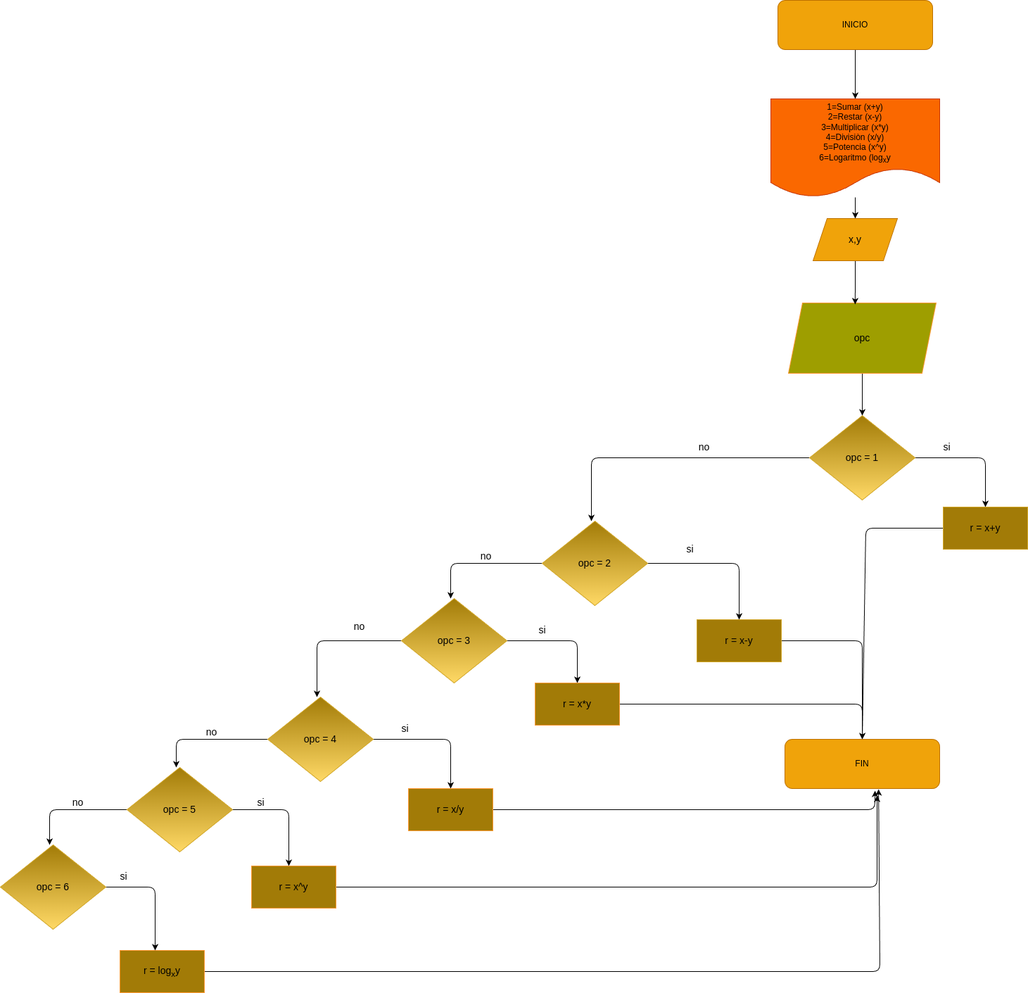
Earlier version of the draw.io export diagrama.png (AlfonzoDebian/Mini_Calculadora_Guanentina). Source tidied: cells renumbered, new cells last; positions are measured from the earlier drawing's top-left corner, leaving out a move shared by most shapes.
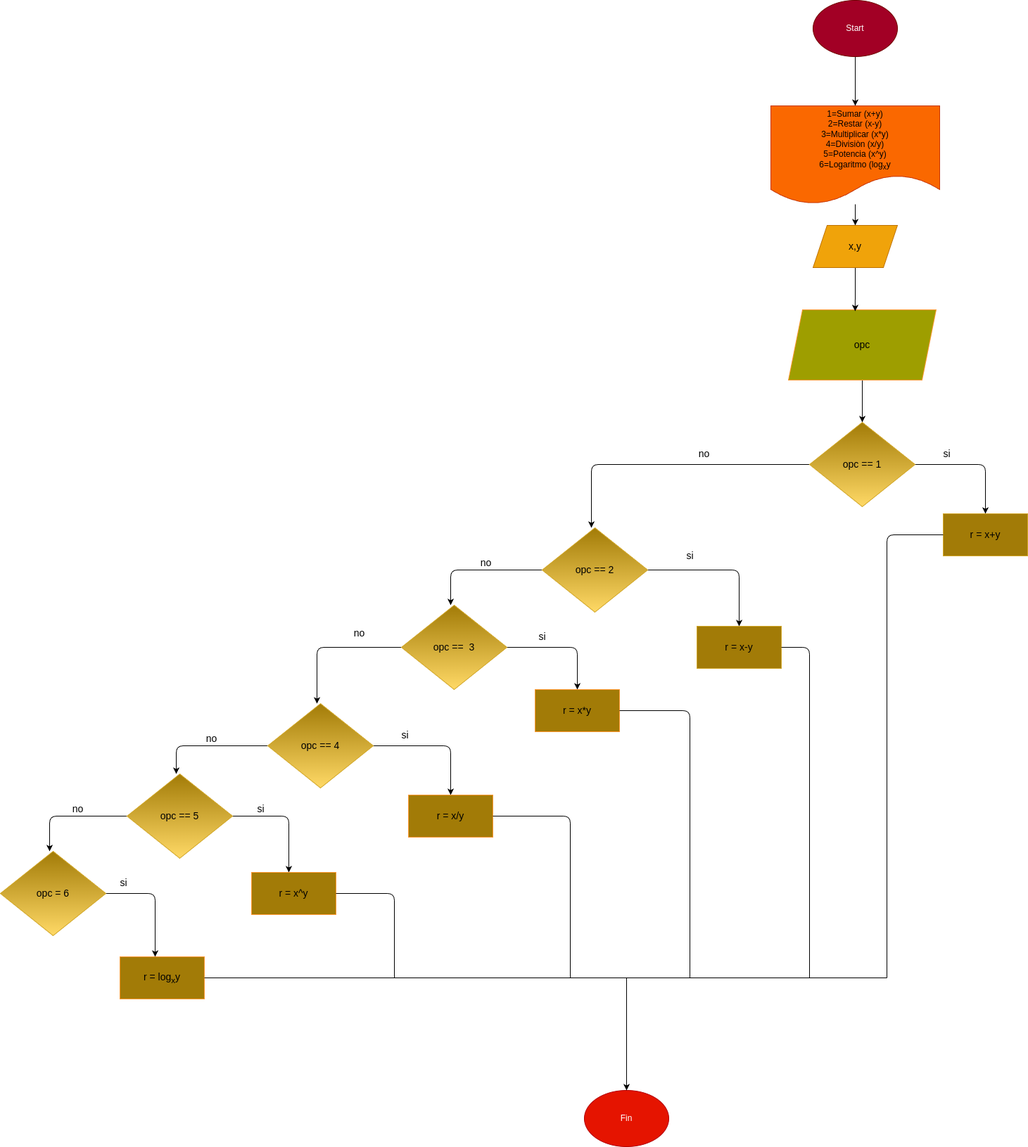
After the commit.

Diff of the diagram source:
```diff
@@ -2,12 +2,11 @@
   <root>
     <mxCell id="0" />
     <mxCell id="1" parent="0" />
-    <mxCell id="2" style="edgeStyle=none;html=1;fontSize=14;startArrow=none;startFill=0;" parent="1" edge="1" source="3" target="5">
-      <mxGeometry relative="1" as="geometry" />
+    <mxCell id="2" style="edgeStyle=none;html=1;fontSize=14;startArrow=none;startFill=0;" parent="1" edge="1" target="5">
+      <mxGeometry relative="1" as="geometry">
+        <mxPoint x="1215" y="70" as="sourcePoint" />
+      </mxGeometry>
     </mxCell>
-    <mxCell id="3" value="INICIO" style="rounded=1;whiteSpace=wrap;html=1;fillColor=#f0a30a;fontColor=#000000;strokeColor=#BD7000;" parent="1" vertex="1">
-      <mxGeometry x="1105" width="220" height="70" as="geometry" />
-    </mxCell>
     <mxCell id="4" style="edgeStyle=none;html=1;entryX=0.5;entryY=0;entryDx=0;entryDy=0;fontSize=14;startArrow=none;startFill=0;" parent="1" edge="1" source="5" target="34">
       <mxGeometry relative="1" as="geometry" />
     </mxCell>
@@ -36,25 +35,15 @@
         </Array>
       </mxGeometry>
     </mxCell>
-    <mxCell id="10" value="opc = 1" style="rhombus;whiteSpace=wrap;html=1;fontSize=14;fillColor=#a27b07;gradientColor=#ffd966;strokeColor=#d2a728;" parent="1" vertex="1">
+    <mxCell id="10" value="opc == 1" style="rhombus;whiteSpace=wrap;html=1;fontSize=14;fillColor=#a27b07;gradientColor=#ffd966;strokeColor=#d2a728;" parent="1" vertex="1">
       <mxGeometry x="1150" y="590" width="150" height="120" as="geometry" />
     </mxCell>
     <mxCell id="11" value="si" style="text;html=1;align=center;verticalAlign=middle;strokeColor=none;fillColor=none;fontSize=14;" parent="1" vertex="1">
       <mxGeometry x="1330" y="620" width="30" height="30" as="geometry" />
     </mxCell>
-    <mxCell id="12" style="edgeStyle=none;html=1;entryX=0.5;entryY=0;entryDx=0;entryDy=0;fontSize=14;startArrow=none;startFill=0;" parent="1" edge="1" source="13" target="14">
-      <mxGeometry relative="1" as="geometry">
-        <Array as="points">
-          <mxPoint x="1230" y="750" />
-        </Array>
-      </mxGeometry>
-    </mxCell>
     <mxCell id="13" value="r = x+y" style="rounded=0;whiteSpace=wrap;html=1;strokeColor=#d2a728;fontSize=14;fillColor=#a27b07;" parent="1" vertex="1">
       <mxGeometry x="1340" y="720" width="120" height="60" as="geometry" />
     </mxCell>
-    <mxCell id="14" value="FIN" style="rounded=1;whiteSpace=wrap;html=1;fillColor=#f0a30a;fontColor=#000000;strokeColor=#BD7000;" parent="1" vertex="1">
-      <mxGeometry x="1115" y="1050" width="220" height="70" as="geometry" />
-    </mxCell>
     <mxCell id="15" value="no" style="text;html=1;align=center;verticalAlign=middle;strokeColor=none;fillColor=none;fontSize=14;" parent="1" vertex="1">
       <mxGeometry x="980" y="620" width="40" height="30" as="geometry" />
     </mxCell>
@@ -74,19 +63,12 @@
         </Array>
       </mxGeometry>
     </mxCell>
-    <mxCell id="18" value="opc = 2" style="rhombus;whiteSpace=wrap;html=1;fontSize=14;fillColor=#a27b07;gradientColor=#ffd966;strokeColor=#d2a728;" parent="1" vertex="1">
+    <mxCell id="18" value="opc == 2" style="rhombus;whiteSpace=wrap;html=1;fontSize=14;fillColor=#a27b07;gradientColor=#ffd966;strokeColor=#d2a728;" parent="1" vertex="1">
       <mxGeometry x="770" y="740" width="150" height="120" as="geometry" />
     </mxCell>
     <mxCell id="19" value="si" style="text;html=1;align=center;verticalAlign=middle;strokeColor=none;fillColor=none;fontSize=14;" parent="1" vertex="1">
       <mxGeometry x="965" y="765" width="30" height="30" as="geometry" />
     </mxCell>
-    <mxCell id="20" style="edgeStyle=none;html=1;entryX=0.5;entryY=0;entryDx=0;entryDy=0;fontSize=14;startArrow=none;startFill=0;" parent="1" edge="1" source="21" target="14">
-      <mxGeometry relative="1" as="geometry">
-        <Array as="points">
-          <mxPoint x="1225" y="910" />
-        </Array>
-      </mxGeometry>
-    </mxCell>
     <mxCell id="21" value="r = x-y" style="rounded=0;whiteSpace=wrap;html=1;strokeColor=#d2a728;fontSize=14;fillColor=#a27b07;" parent="1" vertex="1">
       <mxGeometry x="990" y="880" width="120" height="60" as="geometry" />
     </mxCell>
@@ -109,20 +91,12 @@
         </Array>
       </mxGeometry>
     </mxCell>
-    <mxCell id="25" value="opc = 3" style="rhombus;whiteSpace=wrap;html=1;fontSize=14;fillColor=#a27b07;gradientColor=#ffd966;strokeColor=#d2a728;" parent="1" vertex="1">
+    <mxCell id="25" value="opc ==&amp;nbsp; 3" style="rhombus;whiteSpace=wrap;html=1;fontSize=14;fillColor=#a27b07;gradientColor=#ffd966;strokeColor=#d2a728;" parent="1" vertex="1">
       <mxGeometry x="570" y="850" width="150" height="120" as="geometry" />
     </mxCell>
     <mxCell id="26" value="si" style="text;html=1;align=center;verticalAlign=middle;strokeColor=none;fillColor=none;fontSize=14;" parent="1" vertex="1">
       <mxGeometry x="755" y="880" width="30" height="30" as="geometry" />
     </mxCell>
-    <mxCell id="27" style="edgeStyle=none;html=1;fontSize=14;startArrow=none;startFill=0;" parent="1" edge="1" source="28">
-      <mxGeometry relative="1" as="geometry">
-        <mxPoint x="1225" y="1050" as="targetPoint" />
-        <Array as="points">
-          <mxPoint x="1225" y="1000" />
-        </Array>
-      </mxGeometry>
-    </mxCell>
     <mxCell id="28" value="r = x*y" style="rounded=0;whiteSpace=wrap;html=1;strokeColor=#FF9933;fontSize=14;fillColor=#a27b07;" parent="1" vertex="1">
       <mxGeometry x="760" y="970" width="120" height="60" as="geometry" />
     </mxCell>
@@ -145,7 +119,7 @@
         </Array>
       </mxGeometry>
     </mxCell>
-    <mxCell id="32" value="opc = 4" style="rhombus;whiteSpace=wrap;html=1;fontSize=14;fillColor=#a27b07;gradientColor=#ffd966;strokeColor=#d2a728;" parent="1" vertex="1">
+    <mxCell id="32" value="opc == 4" style="rhombus;whiteSpace=wrap;html=1;fontSize=14;fillColor=#a27b07;gradientColor=#ffd966;strokeColor=#d2a728;" parent="1" vertex="1">
       <mxGeometry x="380" y="990" width="150" height="120" as="geometry" />
     </mxCell>
     <mxCell id="33" style="edgeStyle=none;html=1;entryX=0.452;entryY=0.02;entryDx=0;entryDy=0;entryPerimeter=0;fontSize=14;startArrow=none;startFill=0;" parent="1" edge="1" source="34" target="7">
@@ -157,13 +131,6 @@
     <mxCell id="35" value="si" style="text;html=1;align=center;verticalAlign=middle;strokeColor=none;fillColor=none;fontSize=14;" parent="1" vertex="1">
       <mxGeometry x="560" y="1020" width="30" height="30" as="geometry" />
     </mxCell>
-    <mxCell id="36" style="edgeStyle=none;html=1;entryX=0.582;entryY=1.043;entryDx=0;entryDy=0;entryPerimeter=0;fontSize=14;startArrow=none;startFill=0;" parent="1" edge="1" source="37" target="14">
-      <mxGeometry relative="1" as="geometry">
-        <Array as="points">
-          <mxPoint x="1243" y="1150" />
-        </Array>
-      </mxGeometry>
-    </mxCell>
     <mxCell id="37" value="r = x/y" style="rounded=0;whiteSpace=wrap;html=1;strokeColor=#FF9933;fontSize=14;fillColor=#a27b07;" parent="1" vertex="1">
       <mxGeometry x="580" y="1120" width="120" height="60" as="geometry" />
     </mxCell>
@@ -186,33 +153,18 @@
         </Array>
       </mxGeometry>
     </mxCell>
-    <mxCell id="41" value="opc = 5" style="rhombus;whiteSpace=wrap;html=1;fontSize=14;fillColor=#a27b07;gradientColor=#ffd966;strokeColor=#d2a728;" parent="1" vertex="1">
+    <mxCell id="41" value="opc == 5" style="rhombus;whiteSpace=wrap;html=1;fontSize=14;fillColor=#a27b07;gradientColor=#ffd966;strokeColor=#d2a728;" parent="1" vertex="1">
       <mxGeometry x="180" y="1090" width="150" height="120" as="geometry" />
     </mxCell>
     <mxCell id="42" value="si" style="text;html=1;align=center;verticalAlign=middle;strokeColor=none;fillColor=none;fontSize=14;" parent="1" vertex="1">
       <mxGeometry x="355" y="1125" width="30" height="30" as="geometry" />
     </mxCell>
-    <mxCell id="43" style="edgeStyle=none;html=1;fontSize=14;startArrow=none;startFill=0;" parent="1" edge="1" source="44">
-      <mxGeometry relative="1" as="geometry">
-        <mxPoint x="1246" y="1130" as="targetPoint" />
-        <Array as="points">
-          <mxPoint x="1246" y="1260" />
-        </Array>
-      </mxGeometry>
-    </mxCell>
     <mxCell id="44" value="r = x^y" style="rounded=0;whiteSpace=wrap;html=1;strokeColor=#FF9933;fontSize=14;fillColor=#a27b07;" parent="1" vertex="1">
       <mxGeometry x="357" y="1230" width="120" height="60" as="geometry" />
     </mxCell>
     <mxCell id="45" value="no" style="text;html=1;align=center;verticalAlign=middle;strokeColor=none;fillColor=none;fontSize=14;" parent="1" vertex="1">
       <mxGeometry x="90" y="1125" width="40" height="30" as="geometry" />
     </mxCell>
-    <mxCell id="46" style="edgeStyle=none;html=1;fontSize=14;startArrow=none;startFill=0;entryX=0.605;entryY=1.014;entryDx=0;entryDy=0;entryPerimeter=0;" parent="1" edge="1" source="47" target="14">
-      <mxGeometry relative="1" as="geometry">
-        <Array as="points">
-          <mxPoint x="1250" y="1380" />
-        </Array>
-      </mxGeometry>
-    </mxCell>
     <mxCell id="47" value="r = log&lt;sub&gt;x&lt;/sub&gt;y" style="rounded=0;whiteSpace=wrap;html=1;strokeColor=#FF9933;fontSize=14;fillColor=#a27b07;" parent="1" vertex="1">
       <mxGeometry x="170" y="1350" width="120" height="60" as="geometry" />
     </mxCell>
@@ -230,5 +182,62 @@
     <mxCell id="50" value="si" style="text;html=1;align=center;verticalAlign=middle;strokeColor=none;fillColor=none;fontSize=14;" parent="1" vertex="1">
       <mxGeometry x="160" y="1230" width="30" height="30" as="geometry" />
     </mxCell>
+    <mxCell id="51" value="Start" style="ellipse;whiteSpace=wrap;html=1;fillColor=#a20025;fontColor=#ffffff;strokeColor=#6F0000;" parent="1" vertex="1">
+      <mxGeometry x="1155" y="-10" width="120" height="80" as="geometry" />
+    </mxCell>
+    <mxCell id="52" style="endArrow=none;html=1;exitX=1;exitY=0.5;exitDx=0;exitDy=0;" parent="1" edge="1" source="47">
+      <mxGeometry relative="1" as="geometry">
+        <mxPoint x="1260" y="1380" as="targetPoint" />
+      </mxGeometry>
+    </mxCell>
+    <mxCell id="53" style="endArrow=none;html=1;" parent="1" edge="1">
+      <mxGeometry relative="1" as="geometry">
+        <mxPoint x="1260" y="1380" as="sourcePoint" />
+        <mxPoint x="1340" y="750" as="targetPoint" />
+        <Array as="points">
+          <mxPoint x="1260" y="750" />
+        </Array>
+      </mxGeometry>
+    </mxCell>
+    <mxCell id="54" value="Fin" style="ellipse;whiteSpace=wrap;html=1;fillColor=#e51400;strokeColor=#B20000;fontColor=#ffffff;" parent="1" vertex="1">
+      <mxGeometry x="830" y="1540" width="120" height="80" as="geometry" />
+    </mxCell>
+    <mxCell id="55" style="endArrow=none;html=1;" parent="1" edge="1" source="44">
+      <mxGeometry relative="1" as="geometry">
+        <mxPoint x="560" y="1380" as="targetPoint" />
+        <Array as="points">
+          <mxPoint x="560" y="1260" />
+        </Array>
+      </mxGeometry>
+    </mxCell>
+    <mxCell id="56" style="endArrow=none;html=1;entryX=1;entryY=0.5;entryDx=0;entryDy=0;" parent="1" edge="1" target="37">
+      <mxGeometry relative="1" as="geometry">
+        <mxPoint x="810" y="1380" as="sourcePoint" />
+        <Array as="points">
+          <mxPoint x="810" y="1150" />
+        </Array>
+      </mxGeometry>
+    </mxCell>
+    <mxCell id="57" style="endArrow=none;html=1;entryX=1;entryY=0.5;entryDx=0;entryDy=0;" parent="1" edge="1" target="28">
+      <mxGeometry relative="1" as="geometry">
+        <mxPoint x="980" y="1380" as="sourcePoint" />
+        <Array as="points">
+          <mxPoint x="980" y="1000" />
+        </Array>
+      </mxGeometry>
+    </mxCell>
+    <mxCell id="58" style="endArrow=none;html=1;entryX=1;entryY=0.5;entryDx=0;entryDy=0;" parent="1" edge="1" target="21">
+      <mxGeometry relative="1" as="geometry">
+        <mxPoint x="1150" y="1380" as="sourcePoint" />
+        <Array as="points">
+          <mxPoint x="1150" y="910" />
+        </Array>
+      </mxGeometry>
+    </mxCell>
+    <mxCell id="59" style="endArrow=classic;html=1;entryX=0.5;entryY=0;entryDx=0;entryDy=0;" parent="1" edge="1" target="54">
+      <mxGeometry relative="1" as="geometry">
+        <mxPoint x="890" y="1380" as="sourcePoint" />
+      </mxGeometry>
+    </mxCell>
   </root>
 </mxGraphModel>
```
